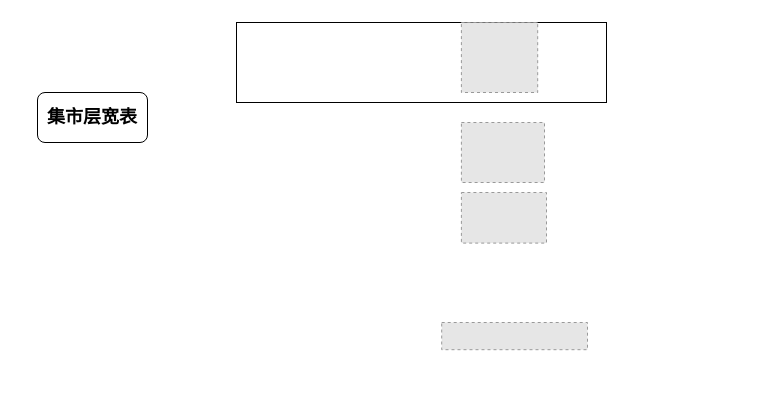
Earlier version of the draw.io diagram 集市层批流一体.drawio (mineminemine123/work-wiki). Source tidied: cells renumbered, new cells numbered last; positions are measured from the earlier drawing's top-left corner, leaving out a move shared by most shapes. Both pictures are drawn from the tidied source at 100%, with x=0, y=0 at pixel (37, 22). Pictures stored in the file or linked from it are replaced by grey dashed boxes.
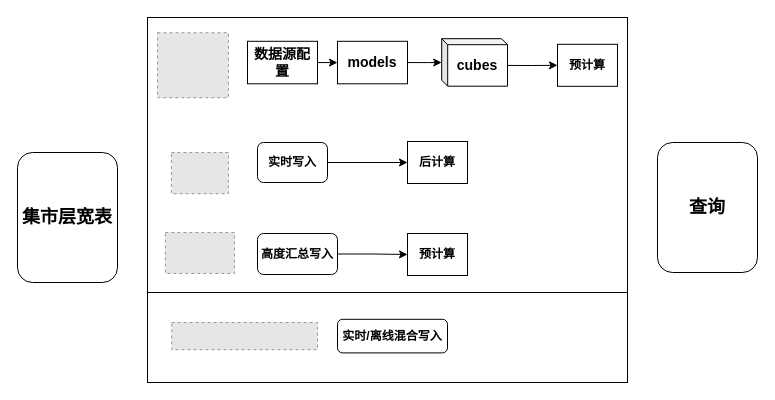
Above is the later version.

Commit message (it also covers changes not shown here):
更新集市层批流一体.drawio

Change to the diagram source:
```diff
@@
+    <mxCell id="8" style="rounded=0;whiteSpace=wrap;html=1;" parent="1" vertex="1">
+      <mxGeometry x="110" y="270" width="480" height="90" as="geometry" />
+    </mxCell>
     <mxCell id="2" style="rounded=0;whiteSpace=wrap;html=1;" parent="1" vertex="1">
-      <mxGeometry x="199" width="370" height="80" as="geometry" />
+      <mxGeometry x="110" y="-5" width="480" height="275" as="geometry" />
     </mxCell>
     <mxCell id="3" value="&lt;h2&gt;集市层宽表&lt;/h2&gt;" style="rounded=1;whiteSpace=wrap;html=1;" parent="1" vertex="1">
-      <mxGeometry y="70" width="110" height="50" as="geometry" />
+      <mxGeometry x="-20" y="130" width="100" height="130" as="geometry" />
     </mxCell>
     <mxCell id="4" style="fillColor=#E6E6E6;strokeColor=#999999;dashed=1;verticalLabelPosition=bottom;labelBackgroundColor=default;verticalAlign=top;" parent="1" vertex="1">
-      <mxGeometry x="404.2" y="300" width="145.8" height="27.2" as="geometry" />
+      <mxGeometry x="134.2" y="300" width="145.8" height="27.2" as="geometry" />
     </mxCell>
     <mxCell id="5" style="fillColor=#E6E6E6;strokeColor=#999999;dashed=1;verticalLabelPosition=bottom;labelBackgroundColor=default;verticalAlign=top;" parent="1" vertex="1">
-      <mxGeometry x="423.9" y="170" width="85.1" height="50.6" as="geometry" />
+      <mxGeometry x="127.9" y="210" width="69" height="41" as="geometry" />
     </mxCell>
     <mxCell id="6" style="fillColor=#E6E6E6;strokeColor=#999999;dashed=1;verticalLabelPosition=bottom;labelBackgroundColor=default;verticalAlign=top;" parent="1" vertex="1">
-      <mxGeometry x="423.9" width="76.3" height="70" as="geometry" />
+      <mxGeometry x="120" y="10.2" width="70.9" height="65" as="geometry" />
     </mxCell>
     <mxCell id="7" style="fillColor=#E6E6E6;strokeColor=#999999;dashed=1;verticalLabelPosition=bottom;labelBackgroundColor=default;verticalAlign=top;" parent="1" vertex="1">
-      <mxGeometry x="423.9" y="100" width="83.1" height="60" as="geometry" />
+      <mxGeometry x="133.9" y="130" width="57" height="41.2" as="geometry" />
     </mxCell>
+    <mxCell id="9" style="edgeStyle=orthogonalEdgeStyle;rounded=0;jettySize=auto;html=1;exitX=1;exitY=0.5;exitDx=0;exitDy=0;" parent="1" edge="1" source="10" target="12">
+      <mxGeometry relative="1" as="geometry" />
+    </mxCell>
+    <mxCell id="10" value="&lt;h3&gt;数据源配置&lt;/h3&gt;" style="rounded=0;whiteSpace=wrap;html=1;" parent="1" vertex="1">
+      <mxGeometry x="210" y="18.8" width="70" height="42.5" as="geometry" />
+    </mxCell>
+    <mxCell id="11" style="edgeStyle=orthogonalEdgeStyle;rounded=0;jettySize=auto;html=1;exitX=1;exitY=0.5;exitDx=0;exitDy=0;" parent="1" edge="1" source="12" target="14">
+      <mxGeometry relative="1" as="geometry" />
+    </mxCell>
+    <mxCell id="12" value="&lt;h3&gt;models&lt;/h3&gt;" style="rounded=0;whiteSpace=wrap;html=1;" parent="1" vertex="1">
+      <mxGeometry x="300" y="18.8" width="70" height="42.5" as="geometry" />
+    </mxCell>
+    <mxCell id="13" style="edgeStyle=orthogonalEdgeStyle;rounded=0;jettySize=auto;html=1;exitX=0;exitY=0;exitDx=65.78;exitDy=26.75;exitPerimeter=0;entryX=0;entryY=0.5;entryDx=0;entryDy=0;" parent="1" edge="1" source="14" target="17">
+      <mxGeometry relative="1" as="geometry" />
+    </mxCell>
+    <mxCell id="14" value="&lt;h3&gt;cubes&lt;/h3&gt;" style="shape=cube;whiteSpace=wrap;html=1;boundedLbl=1;backgroundOutline=1;darkOpacity=0.05;darkOpacity2=0.1;size=6;" parent="1" vertex="1">
+      <mxGeometry x="404.2" y="16.2" width="65.8" height="47.5" as="geometry" />
+    </mxCell>
+    <mxCell id="15" style="edgeStyle=orthogonalEdgeStyle;rounded=0;jettySize=auto;html=1;exitX=1;exitY=0.5;exitDx=0;exitDy=0;" parent="1" edge="1" source="16" target="21">
+      <mxGeometry relative="1" as="geometry" />
+    </mxCell>
+    <mxCell id="16" value="&lt;h4&gt;实时写入&lt;/h4&gt;" style="rounded=1;whiteSpace=wrap;html=1;" parent="1" vertex="1">
+      <mxGeometry x="220" y="120" width="70" height="40" as="geometry" />
+    </mxCell>
+    <mxCell id="17" value="&lt;h4&gt;预计算&lt;/h4&gt;" style="rounded=0;whiteSpace=wrap;html=1;" parent="1" vertex="1">
+      <mxGeometry x="520" y="21.8" width="60" height="42" as="geometry" />
+    </mxCell>
+    <mxCell id="18" style="edgeStyle=orthogonalEdgeStyle;rounded=0;jettySize=auto;html=1;exitX=1;exitY=0.5;exitDx=0;exitDy=0;" parent="1" edge="1" source="19" target="22">
+      <mxGeometry relative="1" as="geometry" />
+    </mxCell>
+    <mxCell id="19" value="&lt;h4&gt;高度汇总写入&lt;/h4&gt;" style="rounded=1;whiteSpace=wrap;html=1;" parent="1" vertex="1">
+      <mxGeometry x="220" y="211" width="80" height="41" as="geometry" />
+    </mxCell>
+    <mxCell id="20" value="&lt;h4&gt;实时/离线混合写入&lt;/h4&gt;" style="rounded=1;whiteSpace=wrap;html=1;" parent="1" vertex="1">
+      <mxGeometry x="300" y="296.8" width="110" height="33.6" as="geometry" />
+    </mxCell>
+    <mxCell id="21" value="&lt;h4&gt;后计算&lt;/h4&gt;" style="rounded=0;whiteSpace=wrap;html=1;" parent="1" vertex="1">
+      <mxGeometry x="370" y="119" width="60" height="42" as="geometry" />
+    </mxCell>
+    <mxCell id="22" value="&lt;h4&gt;预计算&lt;/h4&gt;" style="rounded=0;whiteSpace=wrap;html=1;" parent="1" vertex="1">
+      <mxGeometry x="370" y="211" width="60" height="42" as="geometry" />
+    </mxCell>
+    <mxCell id="23" value="&lt;h2&gt;查询&lt;/h2&gt;" style="rounded=1;whiteSpace=wrap;html=1;" parent="1" vertex="1">
+      <mxGeometry x="620" y="120" width="100" height="130" as="geometry" />
+    </mxCell>
```
